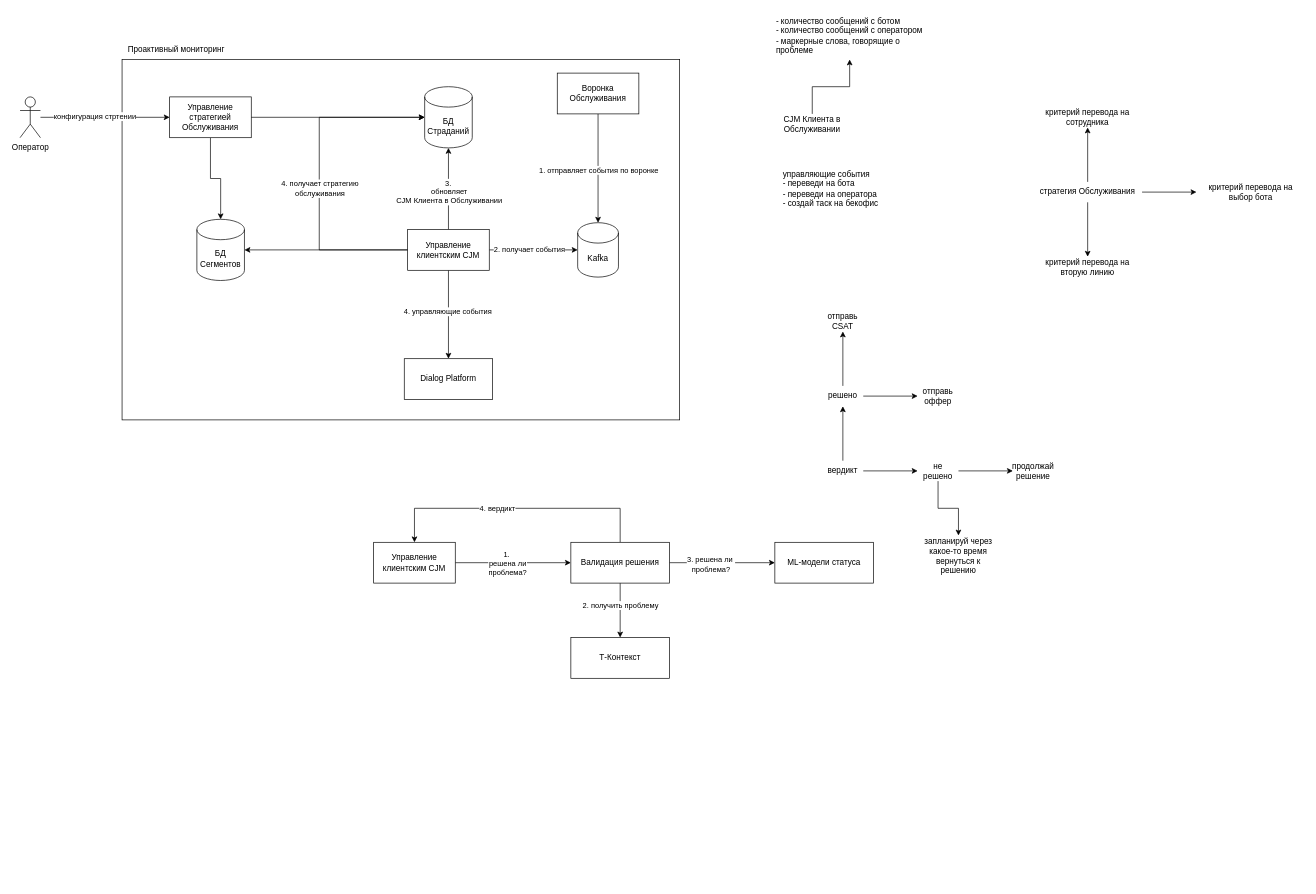
The draw.io diagram service-2030.drawio in alexAkselrod/uml, before the edit. Source tidied: cells renumbered, new cells numbered last; positions are measured from the earlier drawing's top-left corner, leaving out a move shared by most shapes. Both pictures are drawn from the tidied source at 68%, with x=0, y=0 at pixel (20, 12).
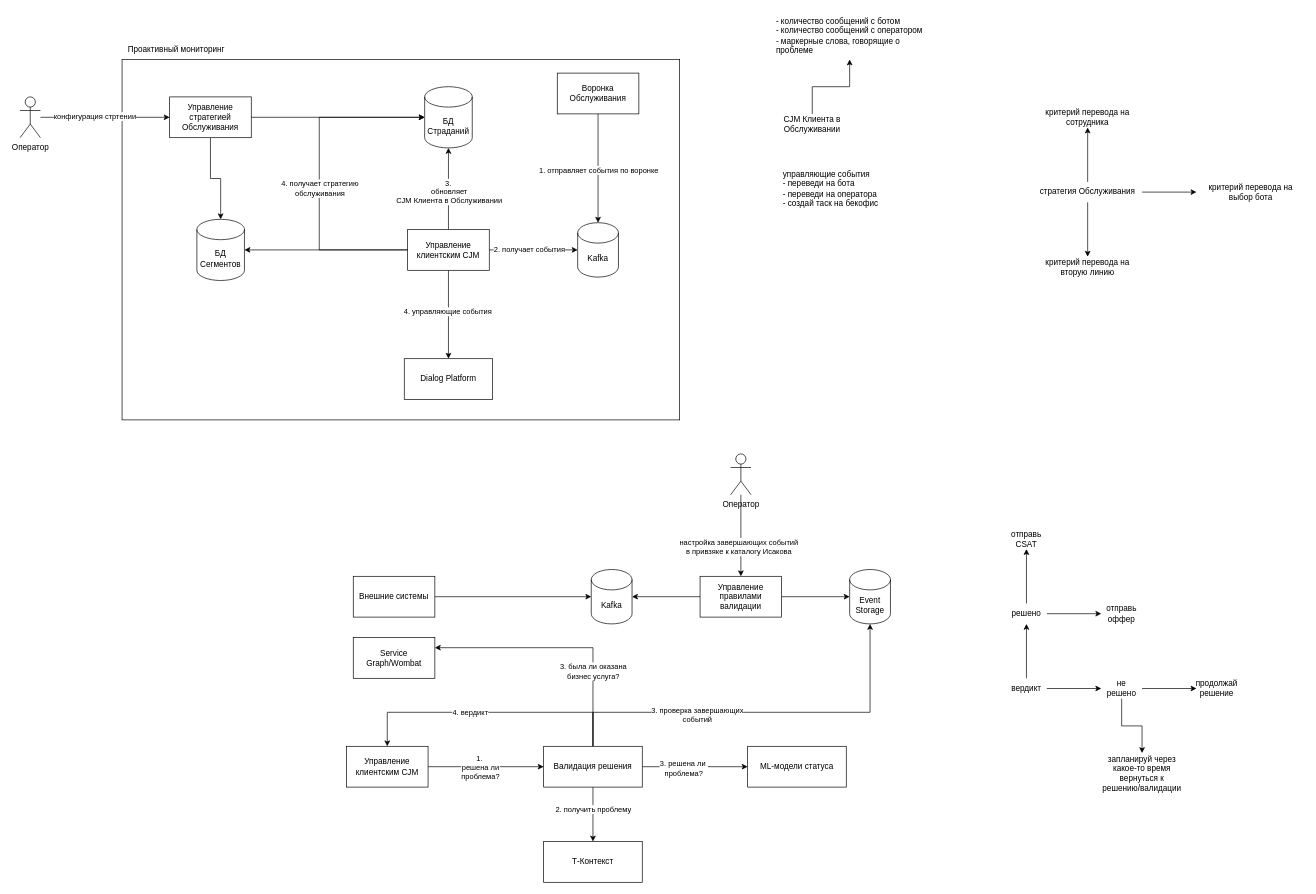
Above is the later version.

Diff of the diagram source:
```diff
@@
     <mxCell id="24" value="Управление клиентским CJM" style="rounded=0;whiteSpace=wrap;html=1;" parent="1" vertex="1">
-      <mxGeometry x="520" y="780" width="120" height="60" as="geometry" />
+      <mxGeometry x="480" y="1080" width="120" height="60" as="geometry" />
     </mxCell>
@@
     <mxCell id="27" style="edgeStyle=orthogonalEdgeStyle;rounded=0;orthogonalLoop=1;jettySize=auto;html=1;entryX=0;entryY=0.5;entryDx=0;entryDy=0;" parent="1" edge="1">
       <mxGeometry relative="1" as="geometry">
-        <mxPoint x="955" y="810" as="sourcePoint" />
-        <mxPoint x="1110" y="810" as="targetPoint" />
+        <mxPoint x="915" y="1110" as="sourcePoint" />
+        <mxPoint x="1070" y="1110" as="targetPoint" />
       </mxGeometry>
     </mxCell>
@@
     <mxCell id="29" style="edgeStyle=orthogonalEdgeStyle;rounded=0;jettySize=auto;html=1;entryX=0.5;entryY=0;entryDx=0;entryDy=0;" parent="1" edge="1" source="31" target="24">
       <mxGeometry relative="1" as="geometry">
         <Array as="points">
-          <mxPoint x="883" y="730" />
-          <mxPoint x="580" y="730" />
+          <mxPoint x="843" y="1030" />
+          <mxPoint x="540" y="1030" />
         </Array>
       </mxGeometry>
     </mxCell>
@@
+    <mxCell id="63" style="edgeStyle=orthogonalEdgeStyle;rounded=0;jettySize=auto;html=1;entryX=1;entryY=0.25;entryDx=0;entryDy=0;" parent="1" edge="1" source="31" target="77">
+      <mxGeometry relative="1" as="geometry">
+        <Array as="points">
+          <mxPoint x="843" y="935" />
+        </Array>
+      </mxGeometry>
+    </mxCell>
+    <mxCell id="64" value="3. была ли оказана&lt;br&gt;бизнес услуга?" style="edgeLabel;html=1;align=center;verticalAlign=middle;" parent="63" vertex="1">
+      <mxGeometry x="-0.41" y="1" relative="1" as="geometry">
+        <mxPoint x="1" as="offset" />
+      </mxGeometry>
+    </mxCell>
     <mxCell id="31" value="Валидация решения" style="rounded=0;whiteSpace=wrap;html=1;" parent="1" vertex="1">
-      <mxGeometry x="810" y="780" width="145" height="60" as="geometry" />
+      <mxGeometry x="770" y="1080" width="145" height="60" as="geometry" />
     </mxCell>
     <mxCell id="32" value="Т-Контекст" style="rounded=0;whiteSpace=wrap;html=1;" parent="1" vertex="1">
-      <mxGeometry x="810" y="920" width="145" height="60" as="geometry" />
+      <mxGeometry x="770" y="1220" width="145" height="60" as="geometry" />
     </mxCell>
     <mxCell id="33" value="ML-модели статуса" style="rounded=0;whiteSpace=wrap;html=1;" parent="1" vertex="1">
-      <mxGeometry x="1110" y="780" width="145" height="60" as="geometry" />
+      <mxGeometry x="1070" y="1080" width="145" height="60" as="geometry" />
     </mxCell>
@@
     <mxCell id="36" value="вердикт" style="text;html=1;whiteSpace=wrap;strokeColor=none;fillColor=none;align=center;verticalAlign=middle;rounded=0;" parent="1" vertex="1">
-      <mxGeometry x="1180" y="660" width="60" height="30" as="geometry" />
+      <mxGeometry x="1450" y="980" width="60" height="30" as="geometry" />
     </mxCell>
@@
     <mxCell id="39" value="не решено" style="text;html=1;whiteSpace=wrap;strokeColor=none;fillColor=none;align=center;verticalAlign=middle;rounded=0;" parent="1" vertex="1">
-      <mxGeometry x="1320" y="660" width="60" height="30" as="geometry" />
+      <mxGeometry x="1590" y="980" width="60" height="30" as="geometry" />
     </mxCell>
@@
     <mxCell id="42" value="решено" style="text;html=1;whiteSpace=wrap;strokeColor=none;fillColor=none;align=center;verticalAlign=middle;rounded=0;" parent="1" vertex="1">
-      <mxGeometry x="1180" y="550" width="60" height="30" as="geometry" />
+      <mxGeometry x="1450" y="870" width="60" height="30" as="geometry" />
     </mxCell>
     <mxCell id="43" value="отправь CSAT" style="text;html=1;whiteSpace=wrap;strokeColor=none;fillColor=none;align=center;verticalAlign=middle;rounded=0;" parent="1" vertex="1">
-      <mxGeometry x="1180" y="440" width="60" height="30" as="geometry" />
+      <mxGeometry x="1450" y="760" width="60" height="30" as="geometry" />
     </mxCell>
     <mxCell id="44" value="отправь оффер" style="text;html=1;whiteSpace=wrap;strokeColor=none;fillColor=none;align=center;verticalAlign=middle;rounded=0;" parent="1" vertex="1">
-      <mxGeometry x="1320" y="550" width="60" height="30" as="geometry" />
+      <mxGeometry x="1590" y="870" width="60" height="30" as="geometry" />
     </mxCell>
     <mxCell id="45" value="продолжай решение" style="text;html=1;whiteSpace=wrap;strokeColor=none;fillColor=none;align=center;verticalAlign=middle;rounded=0;" parent="1" vertex="1">
-      <mxGeometry x="1460" y="660" width="60" height="30" as="geometry" />
+      <mxGeometry x="1730" y="980" width="60" height="30" as="geometry" />
     </mxCell>
-    <mxCell id="46" value="запланируй через какое-то время вернуться к решению" style="text;html=1;whiteSpace=wrap;strokeColor=none;fillColor=none;align=center;verticalAlign=middle;rounded=0;" parent="1" vertex="1">
-      <mxGeometry x="1320" y="770" width="120" height="60" as="geometry" />
+    <mxCell id="46" value="запланируй через какое-то время вернуться к решению/валидации" style="text;html=1;whiteSpace=wrap;strokeColor=none;fillColor=none;align=center;verticalAlign=middle;rounded=0;" parent="1" vertex="1">
+      <mxGeometry x="1590" y="1090" width="120" height="60" as="geometry" />
     </mxCell>
@@
+    <mxCell id="65" value="Kafka" style="shape=cylinder3;whiteSpace=wrap;html=1;boundedLbl=1;backgroundOutline=1;size=15;" parent="1" vertex="1">
+      <mxGeometry x="840" y="820" width="60" height="80" as="geometry" />
+    </mxCell>
+    <mxCell id="66" style="edgeStyle=orthogonalEdgeStyle;rounded=0;jettySize=auto;html=1;" parent="1" edge="1" source="67" target="65">
+      <mxGeometry relative="1" as="geometry" />
+    </mxCell>
+    <mxCell id="67" value="Внешние системы" style="rounded=0;whiteSpace=wrap;html=1;" parent="1" vertex="1">
+      <mxGeometry x="490" y="830" width="120" height="60" as="geometry" />
+    </mxCell>
+    <mxCell id="68" value="Event Storage" style="shape=cylinder3;whiteSpace=wrap;html=1;boundedLbl=1;backgroundOutline=1;size=15;" parent="1" vertex="1">
+      <mxGeometry x="1220" y="820" width="60" height="80" as="geometry" />
+    </mxCell>
+    <mxCell id="69" style="edgeStyle=orthogonalEdgeStyle;rounded=0;jettySize=auto;html=1;" parent="1" edge="1" source="71" target="65">
+      <mxGeometry relative="1" as="geometry" />
+    </mxCell>
+    <mxCell id="70" style="edgeStyle=orthogonalEdgeStyle;rounded=0;jettySize=auto;html=1;" parent="1" edge="1" source="71" target="68">
+      <mxGeometry relative="1" as="geometry" />
+    </mxCell>
+    <mxCell id="71" value="Управление правилами валидации" style="rounded=0;whiteSpace=wrap;html=1;" parent="1" vertex="1">
+      <mxGeometry x="1000" y="830" width="120" height="60" as="geometry" />
+    </mxCell>
+    <mxCell id="72" style="edgeStyle=orthogonalEdgeStyle;rounded=0;jettySize=auto;html=1;" parent="1" edge="1" source="74" target="71">
+      <mxGeometry relative="1" as="geometry" />
+    </mxCell>
+    <mxCell id="73" value="настройка завершающих событий&lt;br&gt;в привзяке к каталогу Исакова" style="edgeLabel;html=1;align=center;verticalAlign=middle;" parent="72" vertex="1">
+      <mxGeometry x="0.27" y="-4" relative="1" as="geometry" />
+    </mxCell>
+    <mxCell id="74" value="Оператор" style="shape=umlActor;verticalLabelPosition=bottom;verticalAlign=top;html=1;outlineConnect=0;" parent="1" vertex="1">
+      <mxGeometry x="1045" y="650" width="30" height="60" as="geometry" />
+    </mxCell>
+    <mxCell id="75" style="edgeStyle=orthogonalEdgeStyle;rounded=0;jettySize=auto;html=1;entryX=0.5;entryY=1;entryDx=0;entryDy=0;entryPerimeter=0;" parent="1" edge="1" source="31" target="68">
+      <mxGeometry relative="1" as="geometry">
+        <Array as="points">
+          <mxPoint x="843" y="1030" />
+          <mxPoint x="1250" y="1030" />
+        </Array>
+      </mxGeometry>
+    </mxCell>
+    <mxCell id="76" value="3. проверка завершающих&lt;br&gt;событий" style="edgeLabel;html=1;align=center;verticalAlign=middle;" parent="75" vertex="1">
+      <mxGeometry x="-0.31" y="-3" relative="1" as="geometry" />
+    </mxCell>
+    <mxCell id="77" value="Service Graph/Wombat" style="rounded=0;whiteSpace=wrap;html=1;" parent="1" vertex="1">
+      <mxGeometry x="490" y="920" width="120" height="60" as="geometry" />
+    </mxCell>
```
